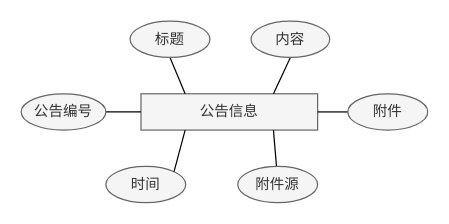
194568/test1 keeps this draw.io diagram as page "公告" (4 of 12) of 羽毛球er.drawio. Above is the earlier version. Source tidied: cells renumbered, new cells numbered last; positions are measured from the earlier drawing's top-left corner, leaving out a move shared by most shapes. Both pictures are drawn from the tidied source at 121%, with x=0, y=0 at pixel (21, 21).
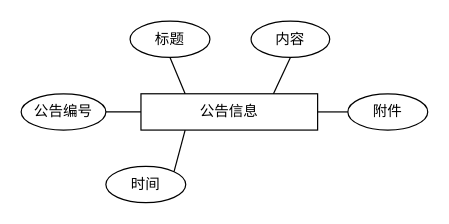
Above is the later version.

What changed in the source:
```diff
@@
 <mxGraphModel>
   <root>
     <mxCell id="0" />
     <mxCell id="1" parent="0" />
-    <mxCell id="2" value="公告信息" style="rounded=0;whiteSpace=wrap;html=1;fillColor=#f5f5f5;fontColor=#333333;strokeColor=#666666;" parent="1" vertex="1">
+    <mxCell id="2" value="公告信息" style="rounded=0;whiteSpace=wrap;html=1;" parent="1" vertex="1">
       <mxGeometry x="99" y="60" width="146" height="30" as="geometry" />
     </mxCell>
     <mxCell id="3" style="rounded=0;jettySize=auto;html=1;exitX=1;exitY=0.5;exitDx=0;exitDy=0;entryX=0;entryY=0.5;entryDx=0;entryDy=0;endArrow=none;endFill=0;" parent="1" edge="1" source="4" target="2">
       <mxGeometry relative="1" as="geometry" />
     </mxCell>
-    <mxCell id="4" value="公告编号" style="ellipse;whiteSpace=wrap;html=1;fillColor=#f5f5f5;fontColor=#333333;strokeColor=#666666;" parent="1" vertex="1">
+    <mxCell id="4" value="公告编号" style="ellipse;whiteSpace=wrap;html=1;" parent="1" vertex="1">
       <mxGeometry y="60" width="70" height="30" as="geometry" />
     </mxCell>
     <mxCell id="5" style="rounded=0;jettySize=auto;html=1;exitX=0.5;exitY=1;exitDx=0;exitDy=0;endArrow=none;endFill=0;entryX=0.25;entryY=0;entryDx=0;entryDy=0;" parent="1" edge="1" source="6" target="2">
       <mxGeometry relative="1" as="geometry" />
     </mxCell>
-    <mxCell id="6" value="标题" style="ellipse;whiteSpace=wrap;html=1;fillColor=#f5f5f5;fontColor=#333333;strokeColor=#666666;" parent="1" vertex="1">
+    <mxCell id="6" value="标题" style="ellipse;whiteSpace=wrap;html=1;" parent="1" vertex="1">
       <mxGeometry x="90" width="66" height="30" as="geometry" />
     </mxCell>
     <mxCell id="7" style="rounded=0;jettySize=auto;html=1;exitX=0.5;exitY=1;exitDx=0;exitDy=0;entryX=0.75;entryY=0;entryDx=0;entryDy=0;endArrow=none;endFill=0;" parent="1" edge="1" source="8" target="2">
       <mxGeometry relative="1" as="geometry" />
     </mxCell>
-    <mxCell id="8" value="内容" style="ellipse;whiteSpace=wrap;html=1;fillColor=#f5f5f5;fontColor=#333333;strokeColor=#666666;" parent="1" vertex="1">
+    <mxCell id="8" value="内容" style="ellipse;whiteSpace=wrap;html=1;" parent="1" vertex="1">
       <mxGeometry x="190" width="65" height="30" as="geometry" />
     </mxCell>
     <mxCell id="9" style="rounded=0;jettySize=auto;html=1;exitX=0;exitY=0.5;exitDx=0;exitDy=0;endArrow=none;endFill=0;entryX=1;entryY=0.5;entryDx=0;entryDy=0;" parent="1" edge="1" source="10" target="2">
       <mxGeometry relative="1" as="geometry" />
     </mxCell>
-    <mxCell id="10" value="附件" style="ellipse;whiteSpace=wrap;html=1;fillColor=#f5f5f5;fontColor=#333333;strokeColor=#666666;" parent="1" vertex="1">
+    <mxCell id="10" value="附件" style="ellipse;whiteSpace=wrap;html=1;" parent="1" vertex="1">
       <mxGeometry x="270" y="60" width="66" height="30" as="geometry" />
     </mxCell>
-    <mxCell id="11" value="时间" style="ellipse;whiteSpace=wrap;html=1;fillColor=#f5f5f5;fontColor=#333333;strokeColor=#666666;" parent="1" vertex="1">
+    <mxCell id="11" value="时间" style="ellipse;whiteSpace=wrap;html=1;" parent="1" vertex="1">
       <mxGeometry x="70" y="120" width="66" height="30" as="geometry" />
     </mxCell>
-    <mxCell id="12" style="rounded=0;jettySize=auto;html=1;entryX=0.75;entryY=1;entryDx=0;entryDy=0;endArrow=none;endFill=0;" parent="1" edge="1" source="14" target="2">
-      <mxGeometry relative="1" as="geometry" />
-    </mxCell>
     <mxCell id="13" style="rounded=0;jettySize=auto;html=1;exitX=1;exitY=0;exitDx=0;exitDy=0;entryX=0.25;entryY=1;entryDx=0;entryDy=0;endArrow=none;endFill=0;" parent="1" edge="1" source="11" target="2">
       <mxGeometry relative="1" as="geometry" />
     </mxCell>
-    <mxCell id="14" value="附件源" style="ellipse;whiteSpace=wrap;html=1;fillColor=#f5f5f5;fontColor=#333333;strokeColor=#666666;" parent="1" vertex="1">
-      <mxGeometry x="179" y="120" width="66" height="30" as="geometry" />
-    </mxCell>
   </root>
 </mxGraphModel>
```
